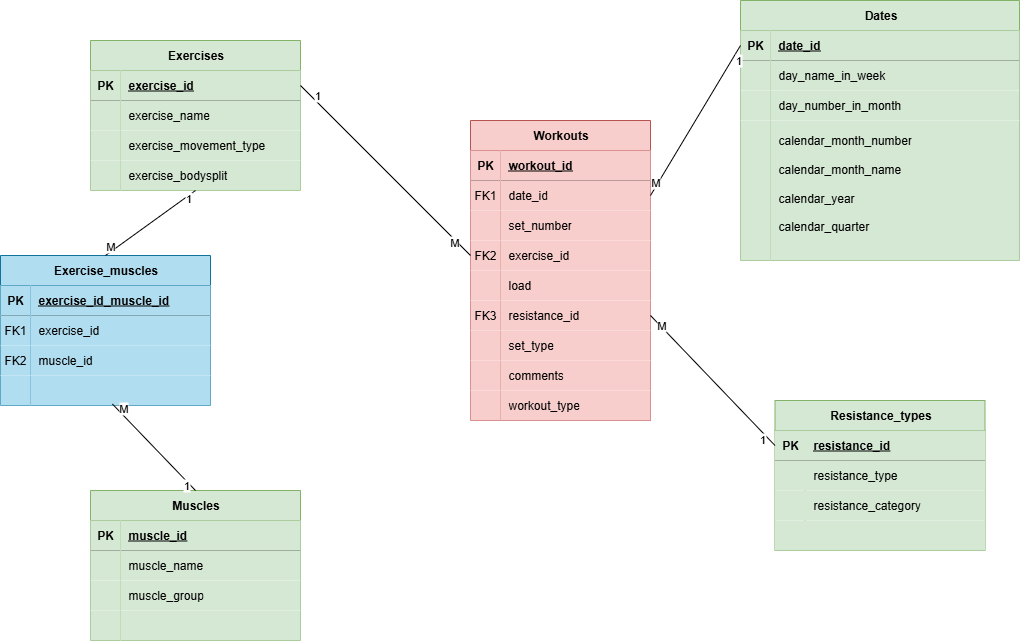
The draw.io diagram Images/logical_model.png in Codrul/Gym-Data-Tracker, before a commit. Source tidied: cells renumbered, new cells last; positions are measured from the earlier drawing's top-left corner, leaving out a move shared by most shapes.
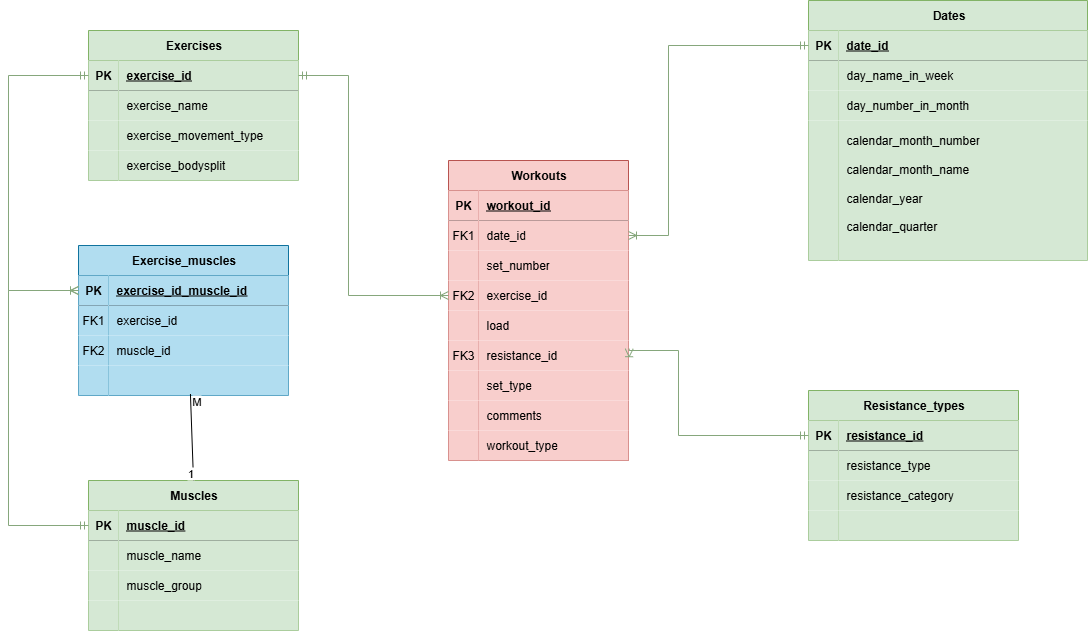
The same file after the commit.

Commit message:
updated model diagrams with better colour contrast and modified relationship lines

Diff of the diagram source:
```diff
@@ -81,7 +81,7 @@
       <mxGeometry x="30" width="180" height="30" as="geometry" />
     </mxCell>
     <mxCell id="28" value="Resistance_types" style="shape=table;startSize=30;rowLines=0;fontStyle=1;align=center;html=1;fillColor=#d5e8d4;strokeColor=#82b366;" parent="1" vertex="1">
-      <mxGeometry x="774.5" y="400" width="210" height="150" as="geometry" />
+      <mxGeometry x="810" y="400" width="210" height="150" as="geometry" />
     </mxCell>
     <mxCell id="29" style="shape=tableRow;horizontal=0;startSize=0;swimlaneHead=0;swimlaneBody=0;fillColor=none;points=[[0,0.5],[1,0.5]];portConstraint=eastwest;top=0;left=0;right=0;bottom=1;" parent="28" vertex="1">
       <mxGeometry y="30" width="210" height="30" as="geometry" />
@@ -120,7 +120,7 @@
       <mxGeometry x="30" width="180" height="30" as="geometry" />
     </mxCell>
     <mxCell id="41" value="Exercise_muscles" style="shape=table;startSize=30;rowLines=0;fontStyle=1;align=center;html=1;fillColor=#b1ddf0;strokeColor=#10739e;" parent="1" vertex="1">
-      <mxGeometry y="255" width="210" height="150" as="geometry" />
+      <mxGeometry x="80" y="255" width="210" height="150" as="geometry" />
     </mxCell>
     <mxCell id="42" style="shape=tableRow;horizontal=0;startSize=0;swimlaneHead=0;swimlaneBody=0;fillColor=none;points=[[0,0.5],[1,0.5]];portConstraint=eastwest;top=0;left=0;right=0;bottom=1;" parent="41" vertex="1">
       <mxGeometry y="30" width="210" height="30" as="geometry" />
@@ -159,7 +159,7 @@
       <mxGeometry x="30" width="180" height="30" as="geometry" />
     </mxCell>
     <mxCell id="54" value="Dates" style="shape=table;startSize=30;rowLines=0;fontStyle=1;align=center;html=1;fillColor=#d5e8d4;strokeColor=#82b366;" parent="1" vertex="1">
-      <mxGeometry x="740" width="279" height="260" as="geometry" />
+      <mxGeometry x="810" y="10" width="279" height="260" as="geometry" />
     </mxCell>
     <mxCell id="55" style="shape=tableRow;horizontal=0;startSize=0;swimlaneHead=0;swimlaneBody=0;fillColor=none;points=[[0,0.5],[1,0.5]];portConstraint=eastwest;top=0;left=0;right=0;bottom=1;" parent="54" vertex="1">
       <mxGeometry y="30" width="279" height="30" as="geometry" />
@@ -198,7 +198,7 @@
       <mxGeometry x="30" width="249" height="140" as="geometry" />
     </mxCell>
     <mxCell id="67" value="Workouts" style="shape=table;startSize=30;rowLines=0;fontStyle=1;align=center;html=1;fillColor=#f8cecc;strokeColor=#b85450;" parent="1" vertex="1">
-      <mxGeometry x="470" y="120" width="180" height="300" as="geometry" />
+      <mxGeometry x="450" y="170" width="180" height="300" as="geometry" />
     </mxCell>
     <mxCell id="68" style="shape=tableRow;horizontal=0;startSize=0;swimlaneHead=0;swimlaneBody=0;fillColor=none;top=0;left=0;right=0;bottom=1;" parent="67" vertex="1">
       <mxGeometry y="30" width="180" height="30" as="geometry" />
@@ -281,28 +281,6 @@
     <mxCell id="94" value="workout_type" style="shape=partialRectangle;fillColor=#f8cecc;top=0;left=0;bottom=0;right=0;align=left;spacingLeft=6;overflow=hidden;whiteSpace=wrap;html=1;strokeColor=#b85450;" parent="92" vertex="1">
       <mxGeometry x="30" width="150" height="30" as="geometry" />
     </mxCell>
-    <mxCell id="95" style="endArrow=none;html=1;rounded=0;entryX=0;entryY=0.5;entryDx=0;entryDy=0;exitX=1;exitY=0.5;exitDx=0;exitDy=0;" parent="1" edge="1" source="3" target="77">
-      <mxGeometry relative="1" as="geometry" />
-    </mxCell>
-    <mxCell id="96" value="M" style="edgeLabel;html=1;align=center;verticalAlign=middle;" parent="95" vertex="1">
-      <mxGeometry x="0.83" y="-2" relative="1" as="geometry">
-        <mxPoint x="-1" as="offset" />
-      </mxGeometry>
-    </mxCell>
-    <mxCell id="97" value="1" style="edgeLabel;html=1;align=center;verticalAlign=middle;" parent="95" vertex="1">
-      <mxGeometry x="-0.84" y="5" relative="1" as="geometry" />
-    </mxCell>
-    <mxCell id="98" style="endArrow=none;html=1;rounded=0;entryX=0.5;entryY=1;entryDx=0;entryDy=0;exitX=0.5;exitY=0;exitDx=0;exitDy=0;" parent="1" edge="1" source="41" target="2">
-      <mxGeometry relative="1" as="geometry" />
-    </mxCell>
-    <mxCell id="99" value="1" style="edgeLabel;html=1;align=center;verticalAlign=middle;" parent="98" vertex="1">
-      <mxGeometry x="0.83" y="-2" relative="1" as="geometry">
-        <mxPoint x="-1" as="offset" />
-      </mxGeometry>
-    </mxCell>
-    <mxCell id="100" value="M" style="edgeLabel;html=1;align=center;verticalAlign=middle;" parent="98" vertex="1">
-      <mxGeometry x="-0.84" y="5" relative="1" as="geometry" />
-    </mxCell>
     <mxCell id="101" style="endArrow=none;html=1;rounded=0;entryX=0.5;entryY=0;entryDx=0;entryDy=0;exitX=0.533;exitY=0.951;exitDx=0;exitDy=0;exitPerimeter=0;" parent="1" edge="1" source="51" target="15">
       <mxGeometry relative="1" as="geometry" />
     </mxCell>
@@ -314,27 +292,48 @@
     <mxCell id="103" value="M" style="edgeLabel;html=1;align=center;verticalAlign=middle;" parent="101" vertex="1">
       <mxGeometry x="-0.84" y="5" relative="1" as="geometry" />
     </mxCell>
+    <mxCell id="110" style="edgeStyle=orthogonalEdgeStyle;fontSize=12;html=1;endArrow=ERoneToMany;startArrow=ERmandOne;rounded=0;entryX=0;entryY=0.5;entryDx=0;entryDy=0;exitX=0;exitY=0.5;exitDx=0;exitDy=0;strokeColor=#86A77C;" parent="1" edge="1" source="3" target="42">
+      <mxGeometry relative="1" as="geometry">
+        <Array as="points">
+          <mxPoint x="10" y="85" />
+          <mxPoint x="10" y="300" />
+        </Array>
+      </mxGeometry>
+    </mxCell>
+    <mxCell id="111" style="edgeStyle=orthogonalEdgeStyle;fontSize=12;html=1;endArrow=ERoneToMany;startArrow=ERmandOne;rounded=0;exitX=0;exitY=0.5;exitDx=0;exitDy=0;strokeColor=#86A77C;" parent="1" edge="1" source="16">
+      <mxGeometry relative="1" as="geometry">
+        <mxPoint x="80" y="300" as="targetPoint" />
+        <Array as="points">
+          <mxPoint x="10" y="535" />
+          <mxPoint x="10" y="300" />
+          <mxPoint x="30" y="300" />
+        </Array>
+      </mxGeometry>
+    </mxCell>
-    <mxCell id="104" style="endArrow=none;html=1;rounded=0;entryX=1;entryY=0.25;entryDx=0;entryDy=0;exitX=0;exitY=0.5;exitDx=0;exitDy=0;" parent="1" edge="1" source="55" target="67">
-      <mxGeometry relative="1" as="geometry" />
+    <mxCell id="104" style="edgeStyle=orthogonalEdgeStyle;fontSize=12;html=1;endArrow=ERoneToMany;startArrow=ERmandOne;rounded=0;entryX=1;entryY=0.25;entryDx=0;entryDy=0;exitX=0;exitY=0.5;exitDx=0;exitDy=0;strokeColor=#86A77C;" parent="1" edge="1" source="55" target="67">
+      <mxGeometry relative="1" as="geometry">
+        <Array as="points">
+          <mxPoint x="670" y="55" />
+          <mxPoint x="670" y="245" />
+        </Array>
+      </mxGeometry>
     </mxCell>
-    <mxCell id="105" value="M" style="edgeLabel;html=1;align=center;verticalAlign=middle;" parent="104" vertex="1">
-      <mxGeometry x="0.83" y="-2" relative="1" as="geometry">
-        <mxPoint x="-1" as="offset" />
-      </mxGeometry>
-    </mxCell>
-    <mxCell id="106" value="1" style="edgeLabel;html=1;align=center;verticalAlign=middle;" parent="104" vertex="1">
-      <mxGeometry x="-0.84" y="5" relative="1" as="geometry" />
-    </mxCell>
-    <mxCell id="107" style="endArrow=none;html=1;rounded=0;entryX=1;entryY=0.5;entryDx=0;entryDy=0;exitX=0;exitY=0.5;exitDx=0;exitDy=0;" parent="1" edge="1" source="29" target="83">
-      <mxGeometry relative="1" as="geometry" />
+    <mxCell id="107" style="edgeStyle=orthogonalEdgeStyle;fontSize=12;html=1;endArrow=ERoneToMany;startArrow=ERmandOne;rounded=0;entryX=1.004;entryY=0.274;entryDx=0;entryDy=0;exitX=0;exitY=0.5;exitDx=0;exitDy=0;strokeColor=#86A77C;entryPerimeter=0;" parent="1" edge="1" source="29" target="83">
+      <mxGeometry relative="1" as="geometry">
+        <Array as="points">
+          <mxPoint x="680" y="445" />
+          <mxPoint x="680" y="360" />
+          <mxPoint x="631" y="360" />
+        </Array>
+      </mxGeometry>
     </mxCell>
-    <mxCell id="108" value="M" style="edgeLabel;html=1;align=center;verticalAlign=middle;" parent="107" vertex="1">
-      <mxGeometry x="0.83" y="-2" relative="1" as="geometry">
-        <mxPoint x="-1" as="offset" />
-      </mxGeometry>
-    </mxCell>
-    <mxCell id="109" value="1" style="edgeLabel;html=1;align=center;verticalAlign=middle;" parent="107" vertex="1">
-      <mxGeometry x="-0.84" y="5" relative="1" as="geometry" />
-    </mxCell>
+    <mxCell id="95" style="edgeStyle=orthogonalEdgeStyle;fontSize=12;html=1;endArrow=ERoneToMany;startArrow=ERmandOne;rounded=0;exitX=1;exitY=0.5;exitDx=0;exitDy=0;strokeColor=#86A77C;entryX=0;entryY=0.5;entryDx=0;entryDy=0;" parent="1" edge="1" source="3" target="77">
+      <mxGeometry relative="1" as="geometry">
+        <Array as="points">
+          <mxPoint x="350" y="85" />
+          <mxPoint x="350" y="305" />
+        </Array>
+      </mxGeometry>
+    </mxCell>
   </root>
 </mxGraphModel>
```
